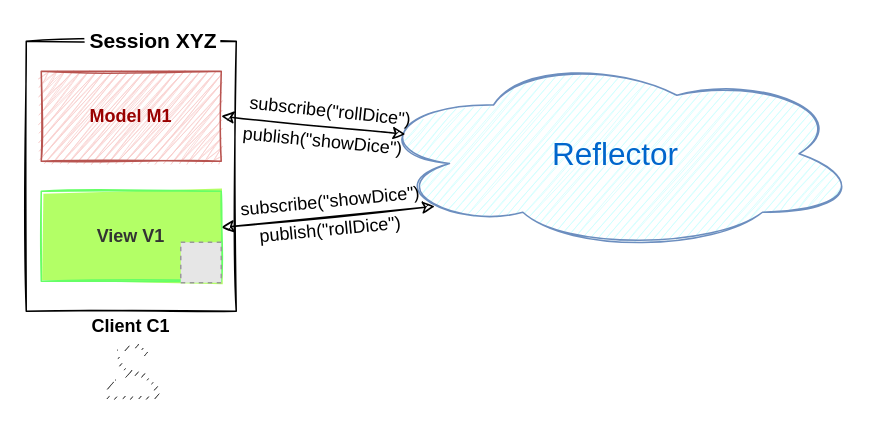
LivelyKernel/lively4-core keeps this draw.io diagram as page "UserSessionStart" (1 of 7) of demos/swd21/croquet/presentation/draw-sketch/croquet-uc.drawio. Above is the earlier version. Source tidied: cells renumbered, new cells numbered last; positions are measured from the earlier drawing's top-left corner, leaving out a move shared by most shapes. Both pictures are drawn from the tidied source at 150%, with x=0, y=0 at pixel (26, 26). Pictures stored in the file or linked from it are replaced by grey dashed boxes.
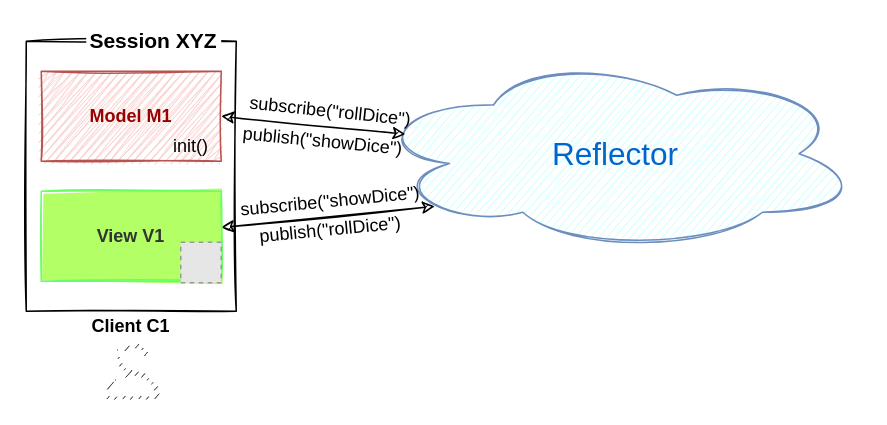
The same diagram, later.

Change to the diagram source:
```diff
@@
 <mxGraphModel background="#ffffff">
   <root>
     <mxCell id="0" />
     <mxCell id="1" parent="0" />
     <mxCell id="2" style="whiteSpace=wrap;html=1;fillColor=none;sketch=1;" parent="1" vertex="1">
       <mxGeometry y="10" width="140" height="180" as="geometry" />
     </mxCell>
     <mxCell id="3" value="Model M1" style="whiteSpace=wrap;html=1;fillColor=#f8cecc;strokeColor=#b85450;fillStyle=zigzag;fontColor=#990000;fontStyle=1;sketch=1;" parent="1" vertex="1">
       <mxGeometry x="10" y="30" width="120" height="60" as="geometry" />
     </mxCell>
     <mxCell id="4" value="Client C1" style="text;html=1;strokeColor=none;fillColor=none;align=center;verticalAlign=middle;whiteSpace=wrap;fontStyle=1;sketch=1;" parent="1" vertex="1">
       <mxGeometry x="35" y="190" width="70" height="20" as="geometry" />
     </mxCell>
-    <mxCell id="5" value="Session XYZ" style="text;html=1;align=center;verticalAlign=middle;whiteSpace=wrap;fontSize=14;fillColor=#ffffff;fontStyle=1;sketch=1;" parent="1" vertex="1">
+    <mxCell id="5" value="Session XYZ" style="text;html=1;align=center;verticalAlign=middle;whiteSpace=wrap;fontSize=14;fillColor=#ffffff;fontStyle=1;sketch=0;" parent="1" vertex="1">
       <mxGeometry x="40" width="90" height="20" as="geometry" />
     </mxCell>
     <mxCell id="6" style="dashed=0;verticalLabelPosition=bottom;verticalAlign=top;align=center;html=1;fontSize=12;fontStyle=0;shape=mxgraph.aws4.user;fillColor=#333333;strokeWidth=1;sketch=1;" parent="1" vertex="1">
       <mxGeometry x="51" y="210" width="38" height="38" as="geometry" />
     </mxCell>
     <mxCell id="7" value="Reflector" style="ellipse;shape=cloud;whiteSpace=wrap;html=1;fontSize=21;strokeColor=#6c8ebf;fillColor=#CCFFFF;fontColor=#0066CC;sketch=1;" parent="1" vertex="1">
       <mxGeometry x="230" y="20" width="326" height="130" as="geometry" />
     </mxCell>
     <mxCell id="8" style="orthogonalLoop=1;jettySize=auto;html=1;entryX=0.13;entryY=0.77;entryDx=0;entryDy=0;entryPerimeter=0;fontColor=#990000;startArrow=classic;startFill=1;sketch=1;" parent="1" edge="1">
       <mxGeometry relative="1" as="geometry">
         <mxPoint x="130" y="134.1" as="sourcePoint" />
         <mxPoint x="272.4" y="120.1" as="targetPoint" />
       </mxGeometry>
     </mxCell>
     <mxCell id="9" style="edgeStyle=none;orthogonalLoop=1;jettySize=auto;html=1;entryX=1;entryY=0.5;entryDx=0;entryDy=0;fontSize=12;fontColor=#000000;exitX=0.07;exitY=0.4;exitDx=0;exitDy=0;exitPerimeter=0;startArrow=classic;startFill=1;sketch=1;" parent="1" edge="1">
       <mxGeometry relative="1" as="geometry">
         <mxPoint x="252.8" y="72" as="sourcePoint" />
         <mxPoint x="130" y="60" as="targetPoint" />
       </mxGeometry>
     </mxCell>
     <mxCell id="10" value="publish(&quot;rollDice&quot;)" style="text;html=1;strokeColor=none;fillColor=none;align=center;verticalAlign=middle;whiteSpace=wrap;fontSize=12;rotation=354.5;sketch=1;" parent="1" vertex="1">
       <mxGeometry x="150" y="126" width="106" height="20" as="geometry" />
     </mxCell>
     <mxCell id="11" value="subscribe(&quot;rollDice&quot;)" style="text;html=1;strokeColor=none;fillColor=none;align=center;verticalAlign=middle;whiteSpace=wrap;fontSize=12;rotation=6;sketch=1;" parent="1" vertex="1">
       <mxGeometry x="150" y="47" width="106" height="20" as="geometry" />
     </mxCell>
     <mxCell id="12" value="subscribe(&quot;showDice&quot;)" style="text;html=1;strokeColor=none;fillColor=none;align=center;verticalAlign=middle;whiteSpace=wrap;fontSize=12;rotation=354.5;sketch=1;" parent="1" vertex="1">
       <mxGeometry x="150" y="107" width="106" height="20" as="geometry" />
     </mxCell>
     <mxCell id="13" value="publish(&quot;showDice&quot;)" style="text;html=1;strokeColor=none;fillColor=none;align=center;verticalAlign=middle;whiteSpace=wrap;fontSize=12;rotation=5.5;sketch=1;" parent="1" vertex="1">
       <mxGeometry x="145" y="67" width="106" height="20" as="geometry" />
     </mxCell>
     <mxCell id="14" value="View V1" style="whiteSpace=wrap;html=1;fontColor=#333333;fillStyle=solid;fontStyle=1;fillColor=#B3FF66;strokeColor=#66FF66;sketch=1;" parent="1" vertex="1">
       <mxGeometry x="10" y="110" width="120" height="60" as="geometry" />
     </mxCell>
     <mxCell id="15" style="fillColor=#E6E6E6;strokeColor=#999999;dashed=1;verticalLabelPosition=bottom;labelBackgroundColor=#ffffff;verticalAlign=top;" parent="1" vertex="1">
       <mxGeometry x="103" y="144" width="27" height="27" as="geometry" />
     </mxCell>
+    <mxCell id="16" value="init()" style="text;html=1;strokeColor=none;fillColor=none;align=center;verticalAlign=middle;whiteSpace=wrap;rounded=0;sketch=1;fontSize=12;fontColor=#000000;" parent="1" vertex="1">
+      <mxGeometry x="90" y="70" width="40" height="20" as="geometry" />
+    </mxCell>
   </root>
 </mxGraphModel>
```
